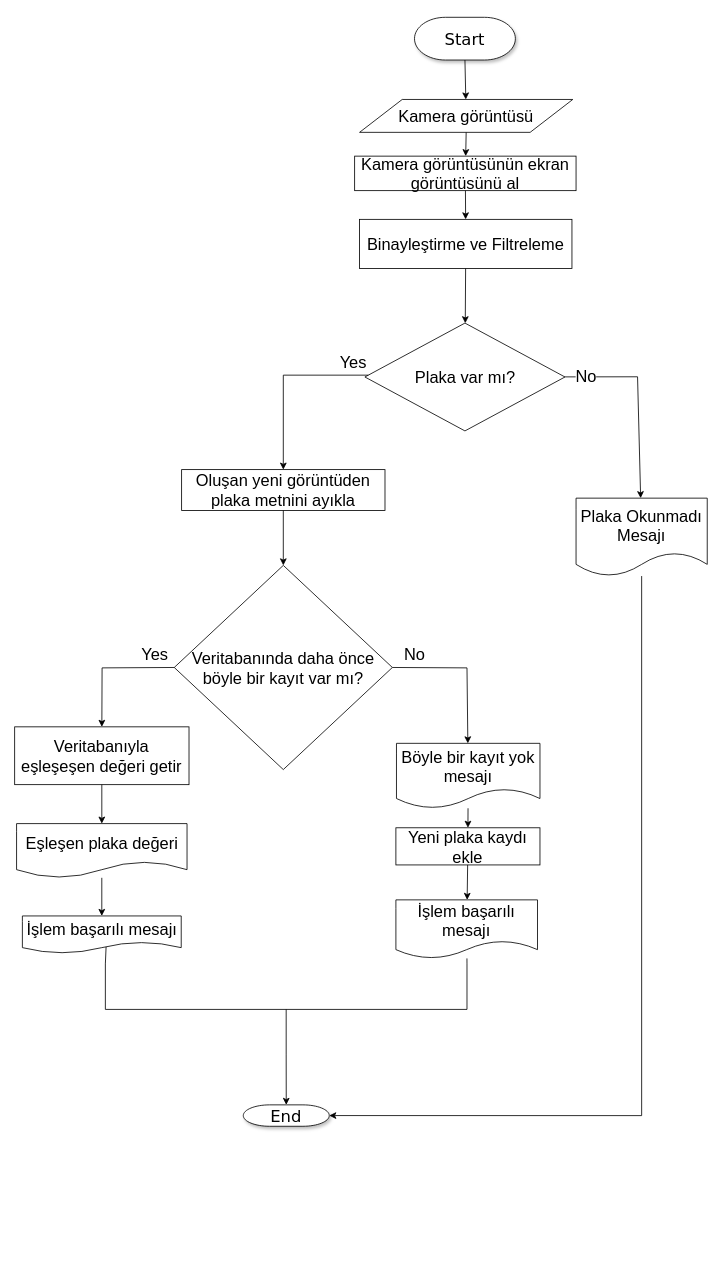
Earlier version of the draw.io diagram Flowchart/LPR Algorithm v1.0.2.drawio (UgurIpekduzen/License-Plate-Recognizer). Source tidied: cells renumbered, new cells numbered last; positions are measured from the earlier drawing's top-left corner, leaving out a move shared by most shapes. Both pictures are drawn from the tidied source at 82%, with x=0, y=0 at pixel (14, 17).
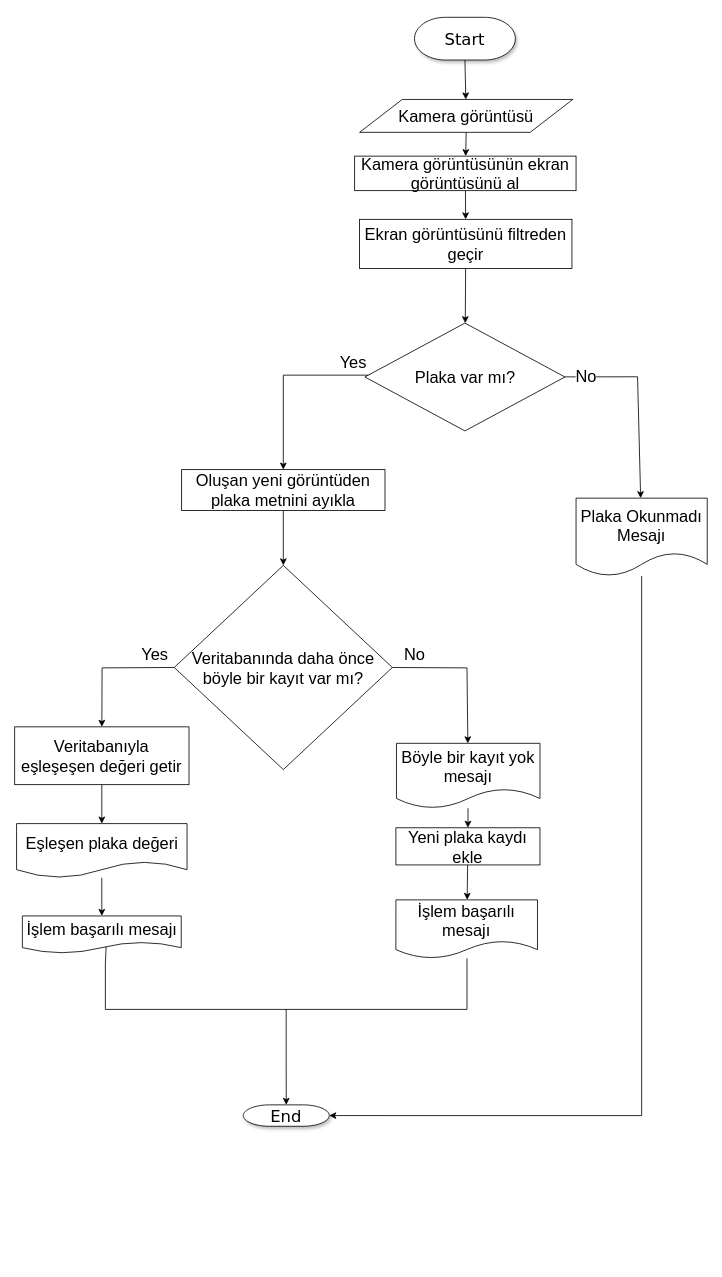
Above is the later version.

Change to the diagram source:
```diff
@@
-    <mxCell id="47" value="&lt;font style=&quot;font-size: 20px&quot;&gt;Binayleştirme ve Filtreleme&lt;/font&gt;" style="rounded=0;whiteSpace=wrap;html=1;" parent="1" vertex="1">
+    <mxCell id="47" value="&lt;font style=&quot;font-size: 20px&quot;&gt;Ekran görüntüsünü filtreden geçir&lt;/font&gt;" style="rounded=0;whiteSpace=wrap;html=1;" parent="1" vertex="1">
       <mxGeometry x="421" y="246" width="259" height="60" as="geometry" />
     </mxCell>
```
